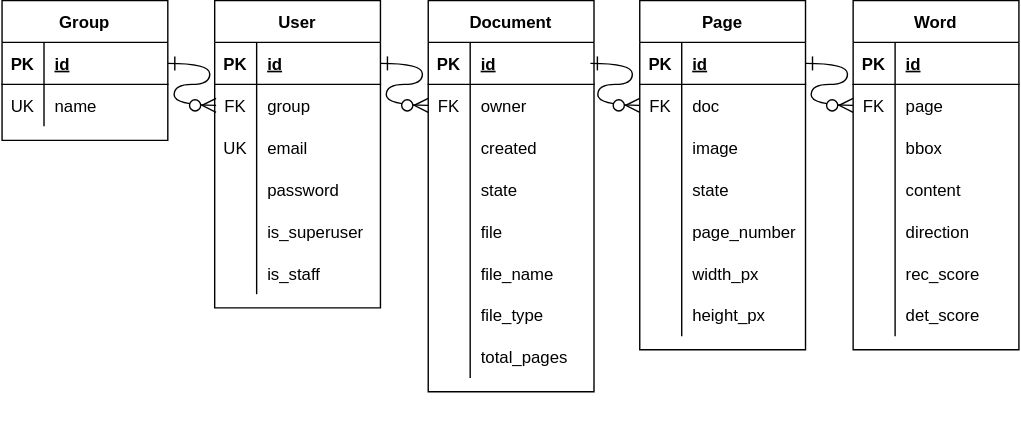
Earlier version of the draw.io export docs/diagrams/er.drawio.svg (akazawaya/OCR-A). Source tidied: cells renumbered, new cells last; positions are measured from the earlier drawing's top-left corner, leaving out a move shared by most shapes.
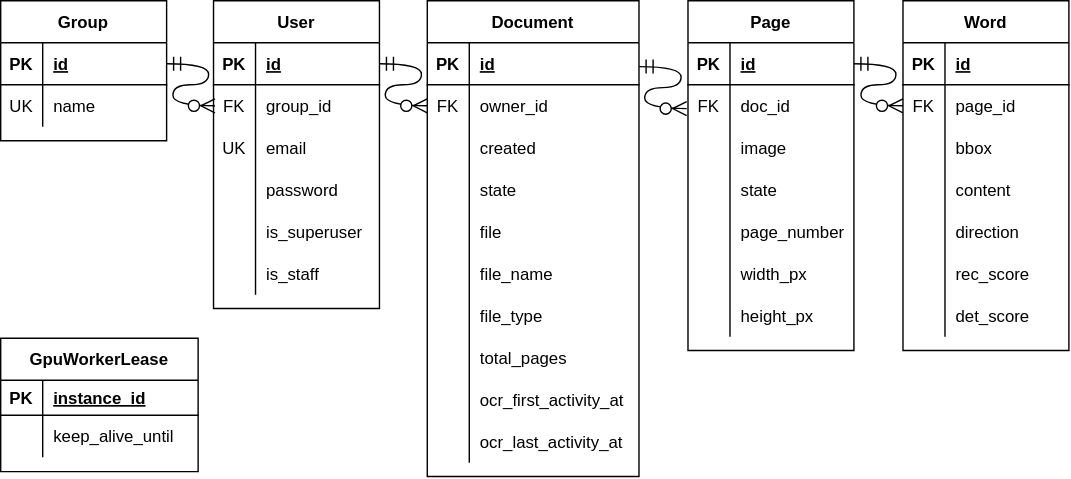
The same diagram one commit later.

Commit message:
docs-ER図を更新（GpuWorkerLease, ocr_first_activity_at, ocr_last_activity_atを追加）

Change to the diagram source:
```diff
@@ -1,12 +1,12 @@
-<mxGraphModel background="light-dark(#FFFFFF,#121212)">
+<mxGraphModel>
   <root>
     <mxCell id="0" />
     <mxCell id="1" parent="0" />
     <mxCell id="2" style="group;" parent="1" vertex="1">
-      <mxGeometry x="6" width="716" height="309.8" as="geometry" />
+      <mxGeometry x="6" width="716" height="339.8" as="geometry" />
     </mxCell>
     <mxCell id="3" style="group;" parent="2" vertex="1">
-      <mxGeometry x="12" width="391.5" height="309.8" as="geometry" />
+      <mxGeometry x="12" width="450" height="339.8" as="geometry" />
     </mxCell>
     <mxCell id="4" style="group;" parent="3" vertex="1">
       <mxGeometry x="-3" width="255.5" height="159.8" as="geometry" />
@@ -29,7 +29,7 @@
     <mxCell id="10" value="FK" style="shape=partialRectangle;overflow=hidden;fillColor=none;top=0;left=0;bottom=0;right=0;" parent="9" vertex="1">
       <mxGeometry width="30" height="30" as="geometry" />
     </mxCell>
-    <mxCell id="11" value="group" style="shape=partialRectangle;overflow=hidden;fillColor=none;top=0;left=0;bottom=0;right=0;align=left;spacingLeft=6;" parent="9" vertex="1">
+    <mxCell id="11" value="group_id" style="shape=partialRectangle;overflow=hidden;fillColor=none;top=0;left=0;bottom=0;right=0;align=left;spacingLeft=6;" parent="9" vertex="1">
       <mxGeometry x="30" width="88.5" height="30" as="geometry" />
     </mxCell>
     <mxCell id="12" style="shape=partialRectangle;fillColor=none;top=0;left=0;right=0;bottom=0;" parent="5" vertex="1">
@@ -73,84 +73,123 @@
         <mxPoint x="256" y="45" as="targetPoint" />
       </mxGeometry>
     </mxCell>
-    <mxCell id="25" style="edgeStyle=entityRelationEdgeStyle;endArrow=ERzeroToMany;startArrow=ERone;endFill=1;startFill=0;rounded=0;fontSize=12;startSize=8;endSize=8;curved=1;exitX=1;exitY=0.5;exitDx=0;exitDy=0;entryX=0;entryY=0.5;entryDx=0;entryDy=0;" parent="3" edge="1" source="6" target="30">
+    <mxCell id="25" style="edgeStyle=entityRelationEdgeStyle;endArrow=ERzeroToMany;startArrow=ERmandOne;endFill=1;startFill=0;rounded=0;fontSize=12;startSize=8;endSize=8;curved=1;exitX=1;exitY=0.5;exitDx=0;exitDy=0;entryX=0;entryY=0.5;entryDx=0;entryDy=0;" parent="3" edge="1" source="6" target="30">
       <mxGeometry relative="1" as="geometry" />
     </mxCell>
     <mxCell id="26" value="Document" style="shape=table;startSize=30;rowLines=0;fontStyle=1;align=center;" parent="3" vertex="1">
-      <mxGeometry x="286.7" width="118.5" height="279.8" as="geometry" />
+      <mxGeometry x="286.7" width="151.2" height="339.8" as="geometry" />
     </mxCell>
     <mxCell id="27" style="shape=partialRectangle;fillColor=none;top=0;left=0;right=0;bottom=1;" parent="26" vertex="1">
-      <mxGeometry y="30" width="118.5" height="30" as="geometry" />
+      <mxGeometry y="30" width="151.2" height="30" as="geometry" />
     </mxCell>
     <mxCell id="28" value="PK" style="shape=partialRectangle;overflow=hidden;fillColor=none;top=0;left=0;bottom=0;right=0;fontStyle=1;" parent="27" vertex="1">
       <mxGeometry width="30" height="30" as="geometry" />
     </mxCell>
     <mxCell id="29" value="id" style="shape=partialRectangle;overflow=hidden;fillColor=none;top=0;left=0;bottom=0;right=0;align=left;spacingLeft=6;fontStyle=5;" parent="27" vertex="1">
-      <mxGeometry x="30" width="88.5" height="30" as="geometry" />
+      <mxGeometry x="30" width="121.2" height="30" as="geometry" />
     </mxCell>
     <mxCell id="30" style="shape=partialRectangle;fillColor=none;points=[[0,0.5],[1,0.5]];portConstraint=eastwest;top=0;left=0;right=0;bottom=0;" parent="26" vertex="1">
-      <mxGeometry y="60" width="118.5" height="30" as="geometry" />
+      <mxGeometry y="60" width="151.2" height="30" as="geometry" />
     </mxCell>
     <mxCell id="31" value="FK" style="shape=partialRectangle;overflow=hidden;fillColor=none;top=0;left=0;bottom=0;right=0;" parent="30" vertex="1">
       <mxGeometry width="30" height="30" as="geometry" />
     </mxCell>
-    <mxCell id="32" value="owner" style="shape=partialRectangle;overflow=hidden;fillColor=none;top=0;left=0;bottom=0;right=0;align=left;spacingLeft=6;" parent="30" vertex="1">
-      <mxGeometry x="30" width="88.5" height="30" as="geometry" />
+    <mxCell id="32" value="owner_id" style="shape=partialRectangle;overflow=hidden;fillColor=none;top=0;left=0;bottom=0;right=0;align=left;spacingLeft=6;" parent="30" vertex="1">
+      <mxGeometry x="30" width="121.2" height="30" as="geometry" />
     </mxCell>
     <mxCell id="33" style="shape=partialRectangle;fillColor=none;top=0;left=0;right=0;bottom=0;" parent="26" vertex="1">
-      <mxGeometry y="90" width="118.5" height="30" as="geometry" />
+      <mxGeometry y="90" width="151.2" height="30" as="geometry" />
     </mxCell>
     <mxCell id="34" style="shape=partialRectangle;overflow=hidden;fillColor=none;top=0;left=0;bottom=0;right=0;" parent="33" vertex="1">
       <mxGeometry width="30" height="30" as="geometry" />
     </mxCell>
     <mxCell id="35" value="created" style="shape=partialRectangle;overflow=hidden;fillColor=none;top=0;left=0;bottom=0;right=0;align=left;spacingLeft=6;" parent="33" vertex="1">
-      <mxGeometry x="30" width="88.5" height="30" as="geometry" />
+      <mxGeometry x="30" width="121.2" height="30" as="geometry" />
     </mxCell>
     <mxCell id="36" style="shape=partialRectangle;fillColor=none;top=0;left=0;right=0;bottom=0;" parent="26" vertex="1">
-      <mxGeometry y="120" width="118.5" height="30" as="geometry" />
+      <mxGeometry y="120" width="151.2" height="30" as="geometry" />
     </mxCell>
     <mxCell id="37" style="shape=partialRectangle;overflow=hidden;fillColor=none;top=0;left=0;bottom=0;right=0;" parent="36" vertex="1">
       <mxGeometry width="30" height="30" as="geometry" />
     </mxCell>
     <mxCell id="38" value="state" style="shape=partialRectangle;overflow=hidden;fillColor=none;top=0;left=0;bottom=0;right=0;align=left;spacingLeft=6;" parent="36" vertex="1">
-      <mxGeometry x="30" width="88.5" height="30" as="geometry" />
+      <mxGeometry x="30" width="121.2" height="30" as="geometry" />
     </mxCell>
     <mxCell id="39" style="shape=partialRectangle;fillColor=none;top=0;left=0;right=0;bottom=0;" parent="26" vertex="1">
-      <mxGeometry y="150" width="118.5" height="30" as="geometry" />
+      <mxGeometry y="150" width="151.2" height="30" as="geometry" />
     </mxCell>
     <mxCell id="40" style="shape=partialRectangle;overflow=hidden;fillColor=none;top=0;left=0;bottom=0;right=0;" parent="39" vertex="1">
       <mxGeometry width="30" height="30" as="geometry" />
     </mxCell>
     <mxCell id="41" value="file" style="shape=partialRectangle;overflow=hidden;fillColor=none;top=0;left=0;bottom=0;right=0;align=left;spacingLeft=6;" parent="39" vertex="1">
-      <mxGeometry x="30" width="88.5" height="30" as="geometry" />
+      <mxGeometry x="30" width="121.2" height="30" as="geometry" />
     </mxCell>
     <mxCell id="42" style="shape=partialRectangle;fillColor=none;top=0;left=0;right=0;bottom=0;" parent="26" vertex="1">
-      <mxGeometry y="180" width="118.5" height="30" as="geometry" />
+      <mxGeometry y="180" width="151.2" height="30" as="geometry" />
     </mxCell>
     <mxCell id="43" style="shape=partialRectangle;overflow=hidden;fillColor=none;top=0;left=0;bottom=0;right=0;" parent="42" vertex="1">
       <mxGeometry width="30" height="30" as="geometry" />
     </mxCell>
     <mxCell id="44" value="file_name" style="shape=partialRectangle;overflow=hidden;fillColor=none;top=0;left=0;bottom=0;right=0;align=left;spacingLeft=6;" parent="42" vertex="1">
-      <mxGeometry x="30" width="88.5" height="30" as="geometry" />
+      <mxGeometry x="30" width="121.2" height="30" as="geometry" />
     </mxCell>
     <mxCell id="45" style="shape=partialRectangle;fillColor=none;top=0;left=0;right=0;bottom=0;" parent="26" vertex="1">
-      <mxGeometry y="210" width="118.5" height="30" as="geometry" />
+      <mxGeometry y="210" width="151.2" height="30" as="geometry" />
     </mxCell>
     <mxCell id="46" style="shape=partialRectangle;overflow=hidden;fillColor=none;top=0;left=0;bottom=0;right=0;" parent="45" vertex="1">
       <mxGeometry width="30" height="30" as="geometry" />
     </mxCell>
     <mxCell id="47" value="file_type" style="shape=partialRectangle;overflow=hidden;fillColor=none;top=0;left=0;bottom=0;right=0;align=left;spacingLeft=6;" parent="45" vertex="1">
-      <mxGeometry x="30" width="88.5" height="30" as="geometry" />
+      <mxGeometry x="30" width="121.2" height="30" as="geometry" />
     </mxCell>
     <mxCell id="48" style="shape=partialRectangle;fillColor=none;top=0;left=0;right=0;bottom=0;" parent="26" vertex="1">
-      <mxGeometry y="240" width="118.5" height="30" as="geometry" />
+      <mxGeometry y="240" width="151.2" height="30" as="geometry" />
     </mxCell>
     <mxCell id="49" style="shape=partialRectangle;overflow=hidden;fillColor=none;top=0;left=0;bottom=0;right=0;" parent="48" vertex="1">
       <mxGeometry width="30" height="30" as="geometry" />
     </mxCell>
     <mxCell id="50" value="total_pages" style="shape=partialRectangle;overflow=hidden;fillColor=none;top=0;left=0;bottom=0;right=0;align=left;spacingLeft=6;" parent="48" vertex="1">
-      <mxGeometry x="30" width="88.5" height="30" as="geometry" />
+      <mxGeometry x="30" width="121.2" height="30" as="geometry" />
     </mxCell>
+    <mxCell id="105" style="shape=partialRectangle;fillColor=none;top=0;left=0;right=0;bottom=0;" parent="26" vertex="1">
+      <mxGeometry y="270" width="151.2" height="30" as="geometry" />
+    </mxCell>
+    <mxCell id="106" style="shape=partialRectangle;overflow=hidden;fillColor=none;top=0;left=0;bottom=0;right=0;" parent="105" vertex="1">
+      <mxGeometry width="30" height="30" as="geometry" />
+    </mxCell>
+    <mxCell id="107" value="ocr_first_activity_at" style="shape=partialRectangle;overflow=hidden;fillColor=none;top=0;left=0;bottom=0;right=0;align=left;spacingLeft=6;" parent="105" vertex="1">
+      <mxGeometry x="30" width="121.2" height="30" as="geometry" />
+    </mxCell>
+    <mxCell id="108" style="shape=partialRectangle;fillColor=none;top=0;left=0;right=0;bottom=0;" parent="26" vertex="1">
+      <mxGeometry y="300" width="151.2" height="30" as="geometry" />
+    </mxCell>
+    <mxCell id="109" style="shape=partialRectangle;overflow=hidden;fillColor=none;top=0;left=0;bottom=0;right=0;" parent="108" vertex="1">
+      <mxGeometry width="30" height="30" as="geometry" />
+    </mxCell>
+    <mxCell id="110" value="ocr_last_activity_at" style="shape=partialRectangle;overflow=hidden;fillColor=none;top=0;left=0;bottom=0;right=0;align=left;spacingLeft=6;" parent="108" vertex="1">
+      <mxGeometry x="30" width="121.2" height="30" as="geometry" />
+    </mxCell>
+    <mxCell id="111" value="GpuWorkerLease" style="shape=table;startSize=30;rowLines=0;fontStyle=1;align=center;" parent="3" vertex="1">
+      <mxGeometry x="-18" y="241" width="141" height="95.3" as="geometry" />
+    </mxCell>
+    <mxCell id="112" style="shape=partialRectangle;fillColor=none;top=0;left=0;right=0;bottom=1;" parent="111" vertex="1">
+      <mxGeometry y="30" width="141" height="25" as="geometry" />
+    </mxCell>
+    <mxCell id="113" value="PK" style="shape=partialRectangle;overflow=hidden;fillColor=none;top=0;left=0;bottom=0;right=0;fontStyle=1;" parent="112" vertex="1">
+      <mxGeometry width="30" height="25" as="geometry" />
+    </mxCell>
+    <mxCell id="114" value="instance_id" style="shape=partialRectangle;overflow=hidden;fillColor=none;top=0;left=0;bottom=0;right=0;align=left;spacingLeft=6;fontStyle=5;" parent="112" vertex="1">
+      <mxGeometry x="30" width="111" height="25" as="geometry" />
+    </mxCell>
+    <mxCell id="115" style="shape=partialRectangle;fillColor=none;top=0;left=0;right=0;bottom=0;" parent="111" vertex="1">
+      <mxGeometry y="55" width="141" height="30" as="geometry" />
+    </mxCell>
+    <mxCell id="116" style="shape=partialRectangle;overflow=hidden;fillColor=none;top=0;left=0;bottom=0;right=0;" parent="115" vertex="1">
+      <mxGeometry width="30" height="30" as="geometry" />
+    </mxCell>
+    <mxCell id="117" value="keep_alive_until" style="shape=partialRectangle;overflow=hidden;fillColor=none;top=0;left=0;bottom=0;right=0;align=left;spacingLeft=6;" parent="115" vertex="1">
+      <mxGeometry x="30" width="111" height="30" as="geometry" />
+    </mxCell>
     <mxCell id="51" value="Group" style="shape=table;startSize=30;rowLines=0;fontStyle=1;align=center;" parent="2" vertex="1">
       <mxGeometry x="-6" width="118.5" height="100" as="geometry" />
     </mxCell>
@@ -172,18 +211,13 @@
     <mxCell id="57" value="name" style="shape=partialRectangle;overflow=hidden;fillColor=none;top=0;left=0;bottom=0;right=0;align=left;spacingLeft=6;" parent="55" vertex="1">
       <mxGeometry x="30" width="88.5" height="30" as="geometry" />
     </mxCell>
-    <mxCell id="58" style="edgeStyle=entityRelationEdgeStyle;endArrow=ERzeroToMany;startArrow=ERone;endFill=1;startFill=0;rounded=0;fontSize=12;startSize=8;endSize=8;curved=1;" parent="2" edge="1" source="52">
+    <mxCell id="58" style="edgeStyle=entityRelationEdgeStyle;endArrow=ERzeroToMany;startArrow=ERmandOne;endFill=1;startFill=0;rounded=0;fontSize=12;startSize=8;endSize=8;curved=1;" parent="2" edge="1" source="52">
       <mxGeometry relative="1" as="geometry">
         <mxPoint x="147" y="75" as="targetPoint" />
       </mxGeometry>
     </mxCell>
-    <mxCell id="59" style="edgeStyle=entityRelationEdgeStyle;endArrow=ERzeroToMany;startArrow=ERone;endFill=1;startFill=0;rounded=0;fontSize=12;startSize=8;endSize=8;curved=1;" parent="2" edge="1" target="64">
-      <mxGeometry relative="1" as="geometry">
-        <mxPoint x="414.6" y="45" as="sourcePoint" />
-      </mxGeometry>
-    </mxCell>
     <mxCell id="60" value="Page" style="shape=table;startSize=30;rowLines=0;fontStyle=1;align=center;" parent="2" vertex="1">
-      <mxGeometry x="449.9" width="118.5" height="249.8" as="geometry" />
+      <mxGeometry x="484.9" width="118.5" height="249.8" as="geometry" />
     </mxCell>
     <mxCell id="61" style="shape=partialRectangle;fillColor=none;points=[[0,0.5],[1,0.5]];portConstraint=eastwest;top=0;left=0;right=0;bottom=1;" parent="60" vertex="1">
       <mxGeometry y="30" width="118.5" height="30" as="geometry" />
@@ -200,7 +234,7 @@
     <mxCell id="65" value="FK" style="shape=partialRectangle;overflow=hidden;fillColor=none;top=0;left=0;bottom=0;right=0;" parent="64" vertex="1">
       <mxGeometry width="30" height="30" as="geometry" />
     </mxCell>
-    <mxCell id="66" value="doc" style="shape=partialRectangle;overflow=hidden;fillColor=none;top=0;left=0;bottom=0;right=0;align=left;spacingLeft=6;" parent="64" vertex="1">
+    <mxCell id="66" value="doc_id" style="shape=partialRectangle;overflow=hidden;fillColor=none;top=0;left=0;bottom=0;right=0;align=left;spacingLeft=6;" parent="64" vertex="1">
       <mxGeometry x="30" width="88.5" height="30" as="geometry" />
     </mxCell>
     <mxCell id="67" style="shape=partialRectangle;fillColor=none;top=0;left=0;right=0;bottom=0;" parent="60" vertex="1">
@@ -248,11 +282,11 @@
     <mxCell id="81" value="height_px" style="shape=partialRectangle;overflow=hidden;fillColor=none;top=0;left=0;bottom=0;right=0;align=left;spacingLeft=6;" parent="79" vertex="1">
       <mxGeometry x="30" width="88.5" height="30" as="geometry" />
     </mxCell>
-    <mxCell id="82" style="edgeStyle=entityRelationEdgeStyle;endArrow=ERzeroToMany;startArrow=ERone;endFill=1;startFill=0;rounded=0;fontSize=12;startSize=8;endSize=8;curved=1;exitX=1;exitY=0.5;exitDx=0;exitDy=0;" parent="2" edge="1" source="61" target="87">
+    <mxCell id="82" style="edgeStyle=entityRelationEdgeStyle;endArrow=ERzeroToMany;startArrow=ERmandOne;endFill=1;startFill=0;rounded=0;fontSize=12;startSize=8;endSize=8;curved=1;exitX=1;exitY=0.5;exitDx=0;exitDy=0;" parent="2" edge="1" source="61" target="87">
       <mxGeometry relative="1" as="geometry" />
     </mxCell>
     <mxCell id="83" value="Word" style="shape=table;startSize=30;rowLines=0;fontStyle=1;align=center;" parent="2" vertex="1">
-      <mxGeometry x="602.5" width="118.5" height="249.8" as="geometry" />
+      <mxGeometry x="638.5" width="118.5" height="249.8" as="geometry" />
     </mxCell>
     <mxCell id="84" style="shape=partialRectangle;fillColor=none;top=0;left=0;right=0;bottom=1;" parent="83" vertex="1">
       <mxGeometry y="30" width="118.5" height="30" as="geometry" />
@@ -269,7 +303,7 @@
     <mxCell id="88" value="FK" style="shape=partialRectangle;overflow=hidden;fillColor=none;top=0;left=0;bottom=0;right=0;" parent="87" vertex="1">
       <mxGeometry width="30" height="30" as="geometry" />
     </mxCell>
-    <mxCell id="89" value="page" style="shape=partialRectangle;overflow=hidden;fillColor=none;top=0;left=0;bottom=0;right=0;align=left;spacingLeft=6;" parent="87" vertex="1">
+    <mxCell id="89" value="page_id" style="shape=partialRectangle;overflow=hidden;fillColor=none;top=0;left=0;bottom=0;right=0;align=left;spacingLeft=6;" parent="87" vertex="1">
       <mxGeometry x="30" width="88.5" height="30" as="geometry" />
     </mxCell>
     <mxCell id="90" style="shape=partialRectangle;fillColor=none;top=0;left=0;right=0;bottom=0;" parent="83" vertex="1">
@@ -317,5 +351,11 @@
     <mxCell id="104" value="det_score" style="shape=partialRectangle;overflow=hidden;fillColor=none;top=0;left=0;bottom=0;right=0;align=left;spacingLeft=6;" parent="102" vertex="1">
       <mxGeometry x="30" width="88.5" height="30" as="geometry" />
     </mxCell>
+    <mxCell id="118" style="edgeStyle=entityRelationEdgeStyle;endArrow=ERzeroToMany;startArrow=ERmandOne;endFill=1;startFill=0;rounded=0;fontSize=12;startSize=8;endSize=8;curved=1;exitX=1;exitY=0.5;exitDx=0;exitDy=0;" parent="1" edge="1">
+      <mxGeometry relative="1" as="geometry">
+        <mxPoint x="456" y="47" as="sourcePoint" />
+        <mxPoint x="490" y="77" as="targetPoint" />
+      </mxGeometry>
+    </mxCell>
   </root>
 </mxGraphModel>
```
